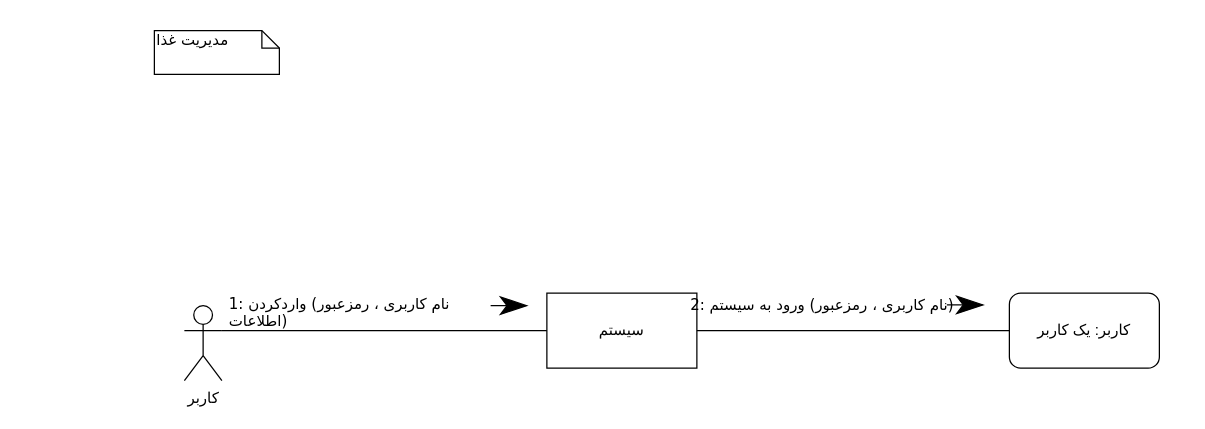
Earlier version of the draw.io diagram Behavioural Modeling/Communication Diagrams/food_management.drawio (khoramian/TahDig_SoftwareEngineering). Source tidied: cells renumbered, new cells numbered last; positions are measured from the earlier drawing's top-left corner, leaving out a move shared by most shapes. Both pictures are drawn from the tidied source at 125%, with x=0, y=0 at pixel (154, 30).
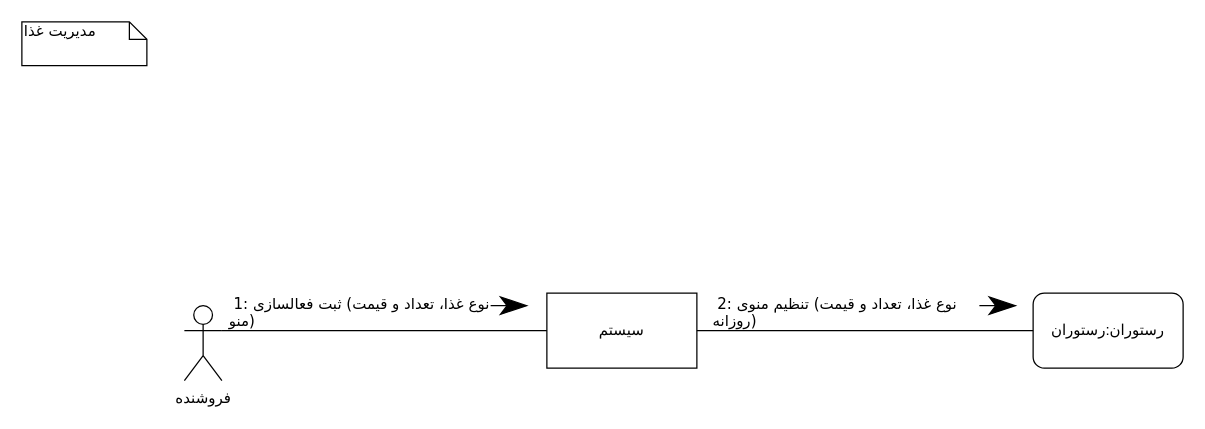
After the change.

What changed in the source:
```diff
@@
 <mxGraphModel>
   <root>
     <mxCell id="0" />
     <mxCell id="1" parent="0" />
+    <mxCell id="12" value="&lt;span style=&quot;font-family: &amp;#34;verdana&amp;#34; ; text-align: center&quot;&gt;&amp;nbsp;2: نوع غذا، تعداد و قیمت)&amp;nbsp;&lt;/span&gt;&lt;span style=&quot;font-family: &amp;#34;verdana&amp;#34; ; text-align: center&quot;&gt;تنظیم منوی روزانه)&lt;/span&gt;" style="text;whiteSpace=wrap;html=1;" parent="1" vertex="1">
+      <mxGeometry x="445" y="205" width="216" height="30" as="geometry" />
+    </mxCell>
     <mxCell id="2" value="مدیریت غذا" style="shape=note;whiteSpace=wrap;html=1;size=14;verticalAlign=top;align=left;spacingTop=-6;rounded=0;shadow=0;comic=0;labelBackgroundColor=none;strokeWidth=1;fontFamily=Verdana;fontSize=12;" parent="1" vertex="1">
-      <mxGeometry width="100" height="35" as="geometry" />
+      <mxGeometry x="-106" y="-7" width="100" height="35" as="geometry" />
     </mxCell>
-    <mxCell id="3" value="کاربر" style="shape=umlActor;verticalLabelPosition=bottom;verticalAlign=top;html=1;outlineConnect=0;" parent="1" vertex="1">
+    <mxCell id="3" value="فروشنده" style="shape=umlActor;verticalLabelPosition=bottom;verticalAlign=top;html=1;outlineConnect=0;" parent="1" vertex="1">
       <mxGeometry x="24" y="220" width="30" height="60" as="geometry" />
     </mxCell>
     <mxCell id="4" value="سیستم" style="rounded=0;whiteSpace=wrap;html=1;" parent="1" vertex="1">
       <mxGeometry x="314" y="210" width="120" height="60" as="geometry" />
     </mxCell>
-    <mxCell id="5" value="کاربر: یک کاربر" style="rounded=1;whiteSpace=wrap;html=1;" parent="1" vertex="1">
-      <mxGeometry x="684" y="210" width="120" height="60" as="geometry" />
+    <mxCell id="5" value="رستوران:رستوران" style="rounded=1;whiteSpace=wrap;html=1;" parent="1" vertex="1">
+      <mxGeometry x="703" y="210" width="120" height="60" as="geometry" />
     </mxCell>
     <mxCell id="6" style="endArrow=none;html=1;exitX=1;exitY=0.5;exitDx=0;exitDy=0;entryX=0;entryY=0.5;entryDx=0;entryDy=0;" parent="1" edge="1" source="4" target="5">
       <mxGeometry relative="1" as="geometry" />
     </mxCell>
     <mxCell id="7" style="endArrow=classicThin;html=1;strokeWidth=1;endSize=20;entryX=0;entryY=0.5;entryDx=0;entryDy=0;" parent="1" edge="1">
       <mxGeometry relative="1" as="geometry">
-        <mxPoint x="634" y="219.4" as="sourcePoint" />
-        <mxPoint x="664" y="219.4" as="targetPoint" />
+        <mxPoint x="660" y="220" as="sourcePoint" />
+        <mxPoint x="690" y="220" as="targetPoint" />
       </mxGeometry>
     </mxCell>
-    <mxCell id="8" value="&lt;span style=&quot;font-family: &amp;#34;verdana&amp;#34;&quot;&gt;2: نام کاربری ، رمزعبور) ورود به سیستم)&lt;/span&gt;" style="text;html=1;align=center;verticalAlign=middle;" parent="1" vertex="1">
-      <mxGeometry x="434" y="210" width="200" height="20" as="geometry" />
-    </mxCell>
     <mxCell id="9" style="endArrow=classicThin;html=1;strokeWidth=1;endSize=20;entryX=0;entryY=0.5;entryDx=0;entryDy=0;" parent="1" edge="1">
       <mxGeometry relative="1" as="geometry">
         <mxPoint x="269" y="220" as="sourcePoint" />
         <mxPoint x="299" y="220" as="targetPoint" />
       </mxGeometry>
     </mxCell>
-    <mxCell id="10" value="&lt;span style=&quot;font-family: &amp;#34;verdana&amp;#34; ; text-align: center&quot;&gt;1: نام کاربری ، رمزعبور) واردکردن اطلاعات)&lt;/span&gt;" style="text;whiteSpace=wrap;html=1;" parent="1" vertex="1">
+    <mxCell id="10" value="&lt;span style=&quot;font-family: &amp;#34;verdana&amp;#34; ; text-align: center&quot;&gt;&amp;nbsp;1: نوع غذا، تعداد و قیمت)&amp;nbsp;&lt;/span&gt;&lt;span style=&quot;font-family: &amp;#34;verdana&amp;#34; ; text-align: center&quot;&gt;ثبت فعالسازی منو)&lt;/span&gt;" style="text;whiteSpace=wrap;html=1;" parent="1" vertex="1">
       <mxGeometry x="58" y="205" width="216" height="30" as="geometry" />
     </mxCell>
     <mxCell id="11" style="endArrow=none;html=1;exitX=1;exitY=0.3333333333333333;exitDx=0;exitDy=0;entryX=0;entryY=0.5;entryDx=0;entryDy=0;exitPerimeter=0;" parent="1" edge="1" source="3" target="4">
       <mxGeometry relative="1" as="geometry" />
     </mxCell>
   </root>
 </mxGraphModel>
```
